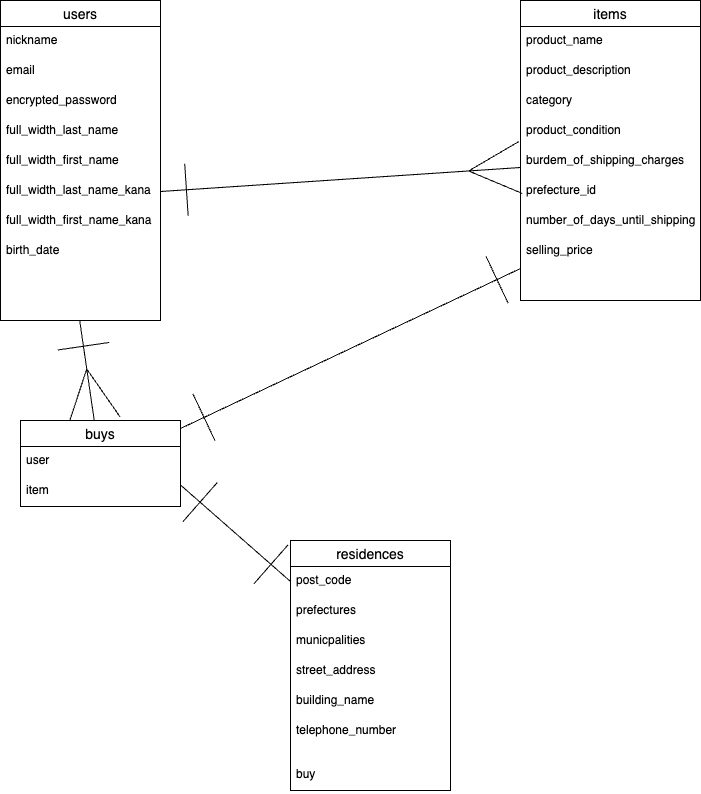
This is furima.drawio.png from ryuzaki3248/furima-39995, a draw.io export, as it was before one commit. Source tidied: cells renumbered, new cells last; positions are measured from the earlier drawing's top-left corner, leaving out a move shared by most shapes.
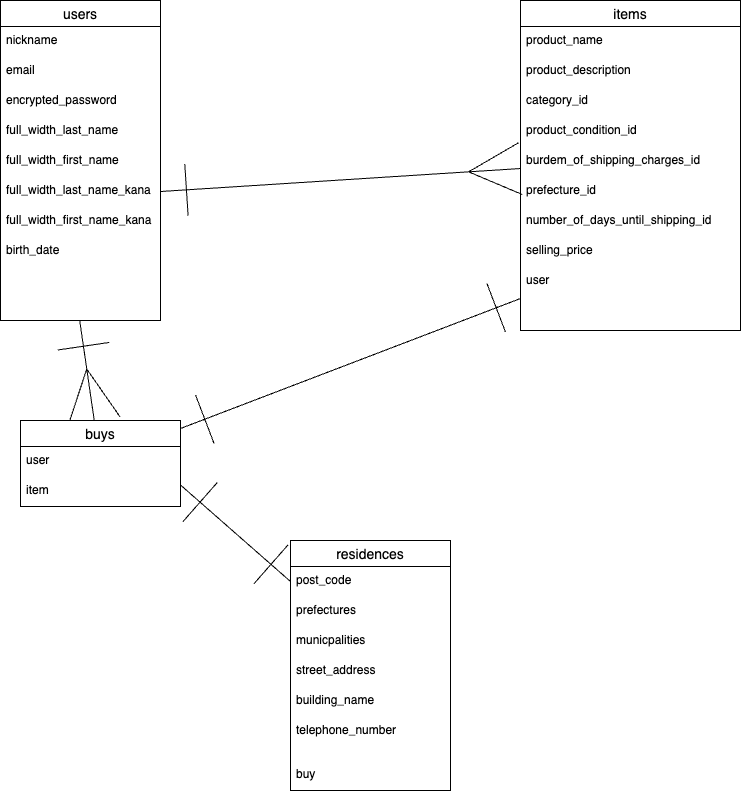
After the commit.

Commit message:
ER図＆READMEの設計情報を修正をしました。

Change to the diagram source:
```diff
@@ -30,31 +30,34 @@
       <mxGeometry y="236" width="160" height="84" as="geometry" />
     </mxCell>
     <mxCell id="11" value="items" style="swimlane;fontStyle=0;horizontal=1;startSize=26;align=center;fontSize=14;" parent="1" vertex="1">
-      <mxGeometry x="520" width="180" height="300" as="geometry" />
+      <mxGeometry x="520" width="220" height="330" as="geometry" />
     </mxCell>
     <mxCell id="12" value="product_name" style="text;strokeColor=none;fillColor=none;spacingLeft=4;spacingRight=4;overflow=hidden;fontSize=12;" parent="11" vertex="1">
-      <mxGeometry y="26" width="180" height="30" as="geometry" />
+      <mxGeometry y="26" width="220" height="30" as="geometry" />
     </mxCell>
     <mxCell id="13" value="product_description" style="text;strokeColor=none;fillColor=none;spacingLeft=4;spacingRight=4;overflow=hidden;fontSize=12;" parent="11" vertex="1">
-      <mxGeometry y="56" width="180" height="30" as="geometry" />
+      <mxGeometry y="56" width="220" height="30" as="geometry" />
     </mxCell>
-    <mxCell id="14" value="category" style="text;strokeColor=none;fillColor=none;spacingLeft=4;spacingRight=4;overflow=hidden;fontSize=12;" parent="11" vertex="1">
-      <mxGeometry y="86" width="180" height="30" as="geometry" />
+    <mxCell id="14" value="category_id" style="text;strokeColor=none;fillColor=none;spacingLeft=4;spacingRight=4;overflow=hidden;fontSize=12;" parent="11" vertex="1">
+      <mxGeometry y="86" width="220" height="30" as="geometry" />
     </mxCell>
-    <mxCell id="15" value="product_condition" style="text;strokeColor=none;fillColor=none;spacingLeft=4;spacingRight=4;overflow=hidden;fontSize=12;" parent="11" vertex="1">
-      <mxGeometry y="116" width="180" height="30" as="geometry" />
+    <mxCell id="15" value="product_condition_id" style="text;strokeColor=none;fillColor=none;spacingLeft=4;spacingRight=4;overflow=hidden;fontSize=12;" parent="11" vertex="1">
+      <mxGeometry y="116" width="220" height="30" as="geometry" />
     </mxCell>
-    <mxCell id="16" value="burdem_of_shipping_charges" style="text;strokeColor=none;fillColor=none;spacingLeft=4;spacingRight=4;overflow=hidden;points=[[0,0.5],[1,0.5]];portConstraint=eastwest;fontSize=12;" parent="11" vertex="1">
-      <mxGeometry y="146" width="180" height="30" as="geometry" />
+    <mxCell id="16" value="burdem_of_shipping_charges_id" style="text;strokeColor=none;fillColor=none;spacingLeft=4;spacingRight=4;overflow=hidden;points=[[0,0.5],[1,0.5]];portConstraint=eastwest;fontSize=12;" parent="11" vertex="1">
+      <mxGeometry y="146" width="220" height="30" as="geometry" />
     </mxCell>
     <mxCell id="17" value="prefecture_id" style="text;strokeColor=none;fillColor=none;spacingLeft=4;spacingRight=4;overflow=hidden;fontSize=12;" parent="11" vertex="1">
-      <mxGeometry y="176" width="180" height="30" as="geometry" />
+      <mxGeometry y="176" width="220" height="30" as="geometry" />
     </mxCell>
-    <mxCell id="18" value="number_of_days_until_shipping" style="text;strokeColor=none;fillColor=none;spacingLeft=4;spacingRight=4;overflow=hidden;fontSize=12;" parent="11" vertex="1">
-      <mxGeometry y="206" width="180" height="30" as="geometry" />
+    <mxCell id="18" value="number_of_days_until_shipping_id" style="text;strokeColor=none;fillColor=none;spacingLeft=4;spacingRight=4;overflow=hidden;fontSize=12;" parent="11" vertex="1">
+      <mxGeometry y="206" width="220" height="30" as="geometry" />
     </mxCell>
+    <mxCell id="35" value="selling_price" style="text;strokeColor=none;fillColor=none;spacingLeft=4;spacingRight=4;overflow=hidden;fontSize=12;sketch=0;" parent="11" vertex="1">
+      <mxGeometry y="236" width="220" height="30" as="geometry" />
+    </mxCell>
-    <mxCell id="19" value="selling_price" style="text;strokeColor=none;fillColor=none;spacingLeft=4;spacingRight=4;overflow=hidden;points=[[0,0.5],[1,0.5]];portConstraint=eastwest;fontSize=12;" parent="11" vertex="1">
-      <mxGeometry y="236" width="180" height="64" as="geometry" />
+    <mxCell id="19" value="user" style="text;strokeColor=none;fillColor=none;spacingLeft=4;spacingRight=4;overflow=hidden;points=[[0,0.5],[1,0.5]];portConstraint=eastwest;fontSize=12;" parent="11" vertex="1">
+      <mxGeometry y="266" width="220" height="64" as="geometry" />
     </mxCell>
     <mxCell id="20" style="edgeStyle=none;html=1;endArrow=ERmany;endFill=0;startArrow=ERone;startFill=0;exitX=1;exitY=0.5;exitDx=0;exitDy=0;jumpSize=15;startSize=50;endSize=50;" parent="1" edge="1" source="8" target="16">
       <mxGeometry relative="1" as="geometry" />
```
